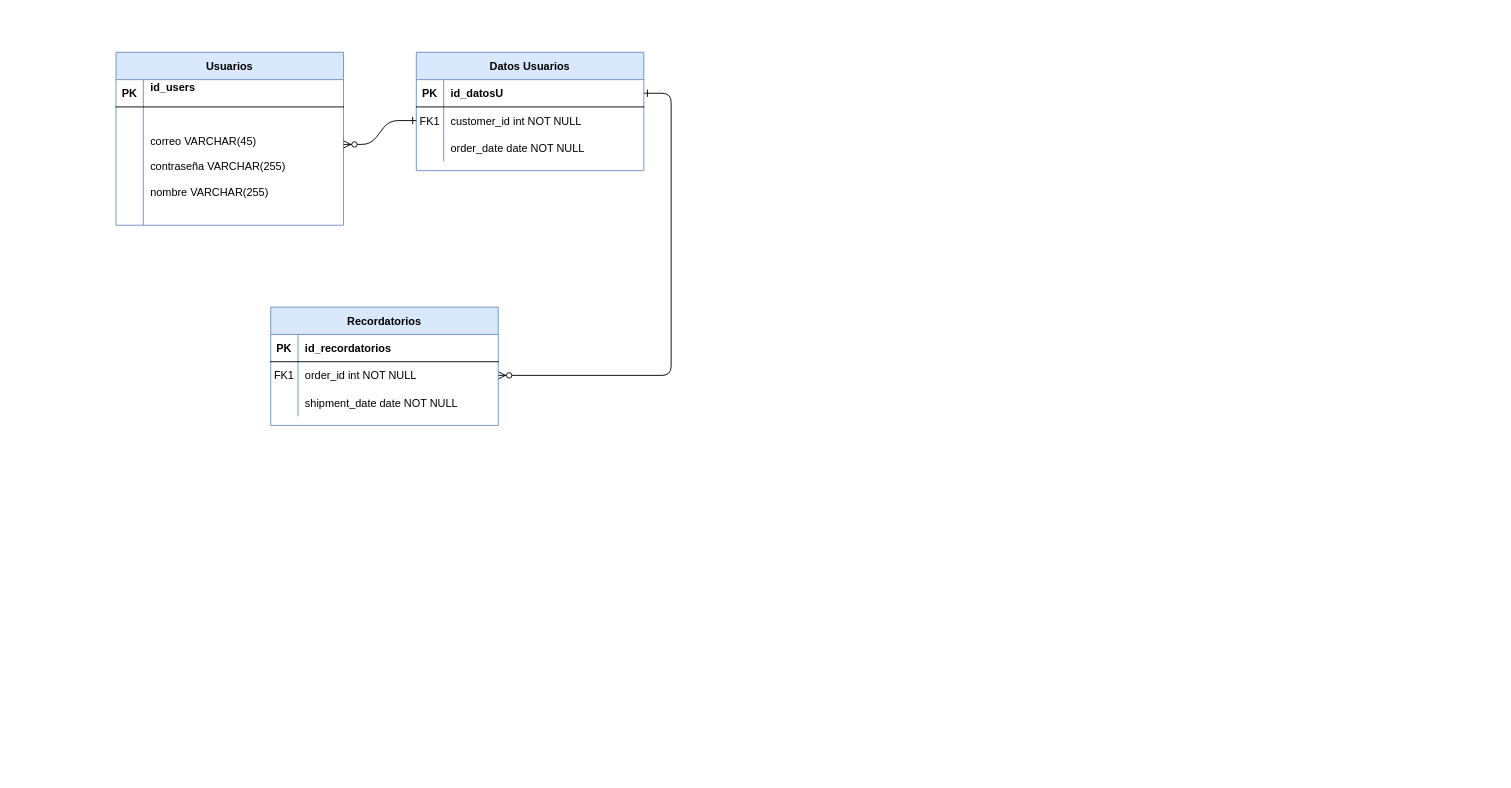
Earlier version of the draw.io diagram DiagramaGlucoBalance.drawio (AGEJH/Portafolio-Ingeniero). Source tidied: cells renumbered, new cells numbered last; positions are measured from the earlier drawing's top-left corner, leaving out a move shared by most shapes. Both pictures are drawn from the tidied source at 91%, with x=0, y=0 at pixel (116, 52).
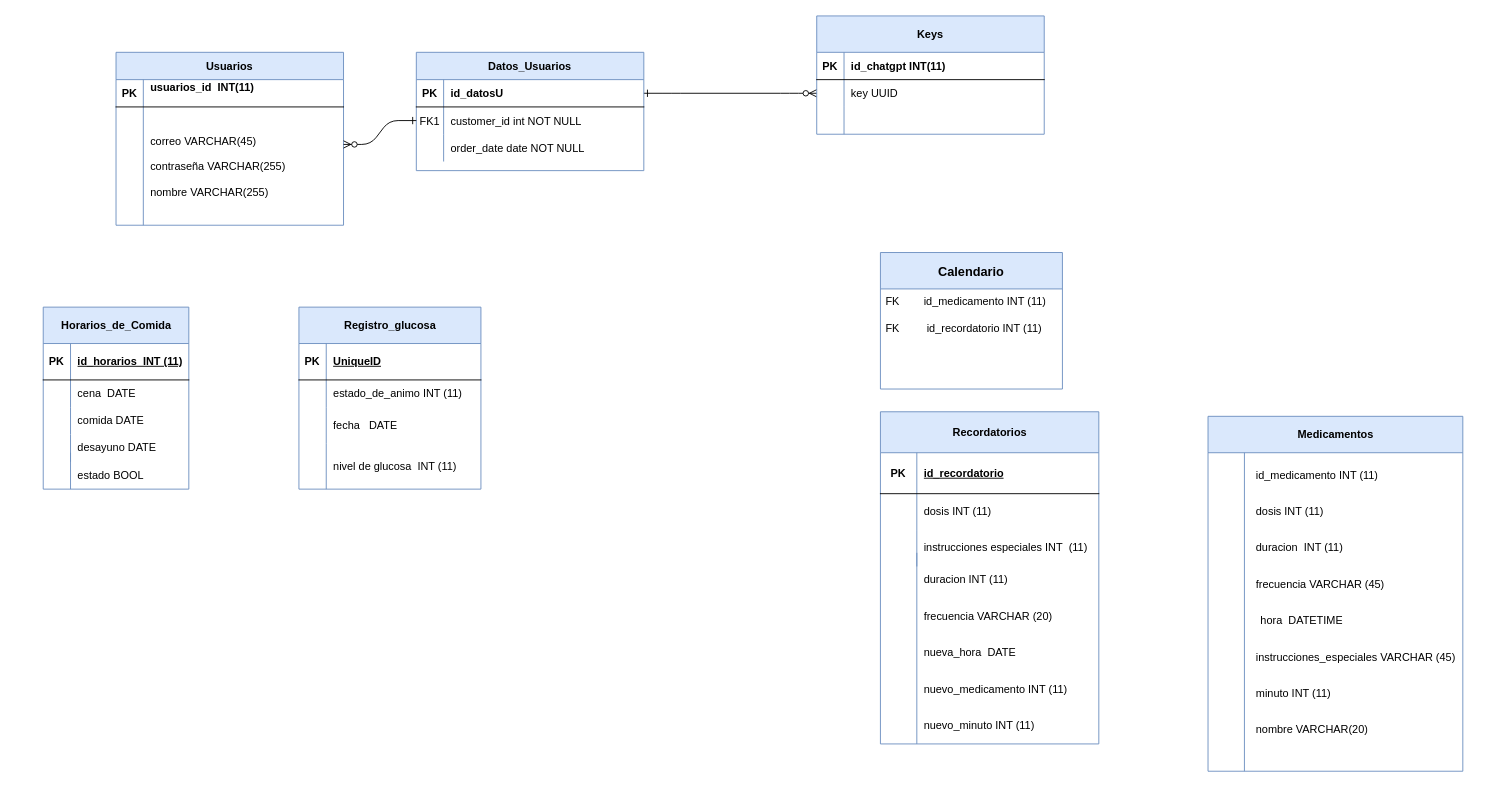
Above is the later version.

Unchanged cells that the change refers to:
```xml
<mxCell id="24" style="shape=partialRectangle;fillColor=none;top=0;left=0;right=0;bottom=1;" parent="23" vertex="1">
  <mxGeometry y="30" width="250" height="30" as="geometry" />
</mxCell>
```

Change to the diagram source:
```diff
@@
-    <mxCell id="3" value="Datos Usuarios" style="shape=table;startSize=30;childLayout=tableLayout;rowLines=0;fontStyle=1;align=center;fillColor=#dae8fc;strokeColor=#6c8ebf;" parent="1" vertex="1">
+    <mxCell id="3" value="Datos_Usuarios" style="shape=table;startSize=30;childLayout=tableLayout;rowLines=0;fontStyle=1;align=center;fillColor=#dae8fc;strokeColor=#6c8ebf;" parent="1" vertex="1">
       <mxGeometry x="330" width="250" height="130" as="geometry" />
     </mxCell>
@@
-    <mxCell id="13" value="Recordatorios" style="shape=table;startSize=30;childLayout=tableLayout;rowLines=0;fontStyle=1;align=center;fillColor=#dae8fc;strokeColor=#6c8ebf;" parent="1" vertex="1">
-      <mxGeometry x="170" y="280" width="250" height="130" as="geometry" />
+    <mxCell id="13" value="Keys" style="shape=table;startSize=40;childLayout=tableLayout;rowLines=0;fontStyle=1;align=center;fillColor=#dae8fc;strokeColor=#6c8ebf;" parent="1" vertex="1">
+      <mxGeometry x="770" y="-40" width="250" height="130" as="geometry" />
     </mxCell>
     <mxCell id="14" style="shape=partialRectangle;fillColor=none;top=0;left=0;right=0;bottom=1;" parent="13" vertex="1">
-      <mxGeometry y="30" width="250" height="30" as="geometry" />
+      <mxGeometry y="40" width="250" height="30" as="geometry" />
     </mxCell>
@@
-    <mxCell id="16" value="id_recordatorios" style="shape=partialRectangle;overflow=hidden;fillColor=none;top=0;left=0;bottom=0;right=0;align=left;spacingLeft=6;fontStyle=1;" parent="14" vertex="1">
+    <mxCell id="16" value="id_chatgpt INT(11)" style="shape=partialRectangle;overflow=hidden;fillColor=none;top=0;left=0;bottom=0;right=0;align=left;spacingLeft=6;fontStyle=1;" parent="14" vertex="1">
       <mxGeometry x="30" width="220" height="30" as="geometry" />
     </mxCell>
     <mxCell id="17" style="shape=partialRectangle;fillColor=none;points=[[0,0.5],[1,0.5]];portConstraint=eastwest;top=0;left=0;right=0;bottom=0;" parent="13" vertex="1">
-      <mxGeometry y="60" width="250" height="30" as="geometry" />
+      <mxGeometry y="70" width="250" height="30" as="geometry" />
     </mxCell>
-    <mxCell id="18" value="FK1" style="shape=partialRectangle;overflow=hidden;fillColor=none;top=0;left=0;bottom=0;right=0;" parent="17" vertex="1">
+    <mxCell id="18" style="shape=partialRectangle;overflow=hidden;fillColor=none;top=0;left=0;bottom=0;right=0;" parent="17" vertex="1">
       <mxGeometry width="30" height="30" as="geometry" />
     </mxCell>
-    <mxCell id="19" value="order_id int NOT NULL" style="shape=partialRectangle;overflow=hidden;fillColor=none;top=0;left=0;bottom=0;right=0;align=left;spacingLeft=6;" parent="17" vertex="1">
+    <mxCell id="19" value="key UUID" style="shape=partialRectangle;overflow=hidden;fillColor=none;top=0;left=0;bottom=0;right=0;align=left;spacingLeft=6;" parent="17" vertex="1">
       <mxGeometry x="30" width="220" height="30" as="geometry" />
     </mxCell>
     <mxCell id="20" style="shape=partialRectangle;fillColor=none;top=0;left=0;right=0;bottom=0;" parent="13" vertex="1">
-      <mxGeometry y="90" width="250" height="30" as="geometry" />
+      <mxGeometry y="100" width="250" height="30" as="geometry" />
     </mxCell>
@@
-    <mxCell id="22" value="shipment_date date NOT NULL" style="shape=partialRectangle;overflow=hidden;fillColor=none;top=0;left=0;bottom=0;right=0;align=left;spacingLeft=6;" parent="20" vertex="1">
+    <mxCell id="22" style="shape=partialRectangle;overflow=hidden;fillColor=none;top=0;left=0;bottom=0;right=0;align=left;spacingLeft=6;" parent="20" vertex="1">
       <mxGeometry x="30" width="220" height="30" as="geometry" />
     </mxCell>
@@
-    <mxCell id="26" value="id_users&#10;" style="shape=partialRectangle;overflow=hidden;fillColor=none;top=0;left=0;bottom=0;right=0;align=left;spacingLeft=6;fontStyle=1;" parent="24" vertex="1">
+    <mxCell id="26" value="usuarios_id  INT(11)&#10;" style="shape=partialRectangle;overflow=hidden;fillColor=none;top=0;left=0;bottom=0;right=0;align=left;spacingLeft=6;fontStyle=1;" parent="24" vertex="1">
       <mxGeometry x="30" width="220" height="30" as="geometry" />
     </mxCell>
@@
+    <mxCell id="31" value="Medicamentos" style="shape=table;startSize=40;childLayout=tableLayout;rowLines=0;fontStyle=1;align=center;html=1;fillColor=#dae8fc;strokeColor=#6c8ebf;" parent="1" vertex="1">
+      <mxGeometry x="1200" y="400" width="280" height="390" as="geometry" />
+    </mxCell>
+    <mxCell id="32" style="shape=tableRow;horizontal=0;startSize=0;swimlaneHead=0;swimlaneBody=0;fillColor=none;top=0;left=0;right=0;bottom=0;" parent="31" vertex="1">
+      <mxGeometry y="40" width="280" height="30" as="geometry" />
+    </mxCell>
+    <mxCell id="33" style="shape=partialRectangle;fillColor=none;top=0;left=0;bottom=0;right=0;overflow=hidden;whiteSpace=wrap;html=1;" parent="32" vertex="1">
+      <mxGeometry width="40" height="30" as="geometry" />
+    </mxCell>
+    <mxCell id="34" style="shape=partialRectangle;fillColor=none;top=0;left=0;bottom=0;right=0;align=left;spacingLeft=6;overflow=hidden;whiteSpace=wrap;html=1;" parent="32" vertex="1">
+      <mxGeometry x="40" width="240" height="30" as="geometry" />
+    </mxCell>
+    <mxCell id="35" style="endArrow=none;html=1;rounded=0;fillColor=#dae8fc;strokeColor=#6c8ebf;" parent="1" edge="1">
+      <mxGeometry relative="1" as="geometry">
+        <mxPoint x="1240" y="790" as="sourcePoint" />
+        <mxPoint x="1240" y="470" as="targetPoint" />
+      </mxGeometry>
+    </mxCell>
+    <mxCell id="36" style="shape=tableRow;horizontal=0;startSize=0;swimlaneHead=0;swimlaneBody=0;fillColor=none;top=0;left=0;right=0;bottom=0;" parent="1" vertex="1">
+      <mxGeometry x="-110" y="270" width="210" height="30" as="geometry" />
+    </mxCell>
+    <mxCell id="37" style="shape=partialRectangle;fillColor=none;top=0;left=0;bottom=0;right=0;overflow=hidden;whiteSpace=wrap;html=1;" parent="36" vertex="1">
+      <mxGeometry width="30" height="30" as="geometry" />
+    </mxCell>
+    <mxCell id="38" value="dosis INT (11)" style="shape=partialRectangle;fillColor=none;top=0;left=0;bottom=0;right=0;align=left;spacingLeft=6;overflow=hidden;whiteSpace=wrap;html=1;" parent="1" vertex="1">
+      <mxGeometry x="1245" y="490" width="170" height="30" as="geometry" />
+    </mxCell>
+    <mxCell id="39" value="duracion&amp;nbsp; INT (11)" style="shape=partialRectangle;fillColor=none;top=0;left=0;bottom=0;right=0;align=left;spacingLeft=6;overflow=hidden;whiteSpace=wrap;html=1;" parent="1" vertex="1">
+      <mxGeometry x="1245" y="530" width="170" height="30" as="geometry" />
+    </mxCell>
+    <mxCell id="40" value="frecuencia VARCHAR (45)" style="shape=partialRectangle;fillColor=none;top=0;left=0;bottom=0;right=0;align=left;spacingLeft=6;overflow=hidden;whiteSpace=wrap;html=1;" parent="1" vertex="1">
+      <mxGeometry x="1245" y="570" width="170" height="30" as="geometry" />
+    </mxCell>
+    <mxCell id="41" value="hora&amp;nbsp; DATETIME" style="shape=partialRectangle;fillColor=none;top=0;left=0;bottom=0;right=0;align=left;spacingLeft=6;overflow=hidden;whiteSpace=wrap;html=1;" parent="1" vertex="1">
+      <mxGeometry x="1250" y="610" width="170" height="30" as="geometry" />
+    </mxCell>
+    <mxCell id="42" value="instrucciones_especiales VARCHAR (45)" style="shape=partialRectangle;fillColor=none;top=0;left=0;bottom=0;right=0;align=left;spacingLeft=6;overflow=hidden;whiteSpace=wrap;html=1;" parent="1" vertex="1">
+      <mxGeometry x="1245" y="650" width="270" height="30" as="geometry" />
+    </mxCell>
+    <mxCell id="43" value="id_medicamento INT (11)" style="shape=partialRectangle;fillColor=none;top=0;left=0;bottom=0;right=0;align=left;spacingLeft=6;overflow=hidden;whiteSpace=wrap;html=1;" parent="1" vertex="1">
+      <mxGeometry x="1245" y="450" width="180" height="30" as="geometry" />
+    </mxCell>
+    <mxCell id="44" value="minuto INT (11)" style="shape=partialRectangle;fillColor=none;top=0;left=0;bottom=0;right=0;align=left;spacingLeft=6;overflow=hidden;whiteSpace=wrap;html=1;" parent="1" vertex="1">
+      <mxGeometry x="1245" y="690" width="170" height="30" as="geometry" />
+    </mxCell>
+    <mxCell id="45" value="nombre VARCHAR(20)" style="shape=partialRectangle;fillColor=none;top=0;left=0;bottom=0;right=0;align=left;spacingLeft=6;overflow=hidden;whiteSpace=wrap;html=1;" parent="1" vertex="1">
+      <mxGeometry x="1245" y="730" width="170" height="30" as="geometry" />
+    </mxCell>
+    <mxCell id="46" value="Calendario" style="swimlane;fontStyle=1;horizontal=1;startSize=40;align=center;fontSize=14;fillColor=#dae8fc;strokeColor=#6c8ebf;" parent="1" vertex="1">
+      <mxGeometry x="840" y="220" width="200" height="150" as="geometry" />
+    </mxCell>
+    <mxCell id="47" value="FK&amp;nbsp; &amp;nbsp; &amp;nbsp; &amp;nbsp; id_medicamento INT (11)" style="text;strokeColor=none;fillColor=none;spacingLeft=4;spacingRight=4;overflow=hidden;fontSize=12;whiteSpace=wrap;html=1;" parent="46" vertex="1">
+      <mxGeometry y="40" width="200" height="30" as="geometry" />
+    </mxCell>
+    <mxCell id="48" value="FK&amp;nbsp; &amp;nbsp; &amp;nbsp; &amp;nbsp; &amp;nbsp;id_recordatorio INT (11)" style="text;strokeColor=none;fillColor=none;spacingLeft=4;spacingRight=4;overflow=hidden;fontSize=12;whiteSpace=wrap;html=1;" parent="46" vertex="1">
+      <mxGeometry y="70" width="200" height="80" as="geometry" />
+    </mxCell>
+    <mxCell id="49" value="Recordatorios" style="shape=table;startSize=45;childLayout=tableLayout;rowLines=0;fontStyle=1;align=center;html=1;fillColor=#dae8fc;strokeColor=#6c8ebf;" parent="1" vertex="1">
+      <mxGeometry x="840" y="395" width="240" height="365" as="geometry" />
+    </mxCell>
+    <mxCell id="50" style="shape=tableRow;horizontal=0;startSize=0;swimlaneHead=0;swimlaneBody=0;fillColor=none;top=0;left=0;right=0;bottom=1;" parent="49" vertex="1">
+      <mxGeometry y="45" width="240" height="45" as="geometry" />
+    </mxCell>
+    <mxCell id="51" value="PK" style="shape=partialRectangle;fillColor=none;top=0;left=0;bottom=0;right=0;fontStyle=1;overflow=hidden;whiteSpace=wrap;html=1;" parent="50" vertex="1">
+      <mxGeometry width="40" height="45" as="geometry" />
+    </mxCell>
+    <mxCell id="52" value="id_recordatorio" style="shape=partialRectangle;fillColor=none;top=0;left=0;bottom=0;right=0;align=left;spacingLeft=6;fontStyle=5;overflow=hidden;whiteSpace=wrap;html=1;" parent="50" vertex="1">
+      <mxGeometry x="40" width="200" height="45" as="geometry" />
+    </mxCell>
+    <mxCell id="53" style="shape=tableRow;horizontal=0;startSize=0;swimlaneHead=0;swimlaneBody=0;fillColor=none;top=0;left=0;right=0;bottom=0;" parent="49" vertex="1">
+      <mxGeometry y="90" width="240" height="40" as="geometry" />
+    </mxCell>
+    <mxCell id="54" style="shape=partialRectangle;fillColor=none;top=0;left=0;bottom=0;right=0;overflow=hidden;whiteSpace=wrap;html=1;" parent="53" vertex="1">
+      <mxGeometry width="40" height="40" as="geometry" />
+    </mxCell>
+    <mxCell id="55" value="dosis INT (11)" style="shape=partialRectangle;fillColor=none;top=0;left=0;bottom=0;right=0;align=left;spacingLeft=6;overflow=hidden;whiteSpace=wrap;html=1;" parent="53" vertex="1">
+      <mxGeometry x="40" width="200" height="40" as="geometry" />
+    </mxCell>
+    <mxCell id="56" style="shape=tableRow;horizontal=0;startSize=0;swimlaneHead=0;swimlaneBody=0;fillColor=none;top=0;left=0;right=0;bottom=0;" parent="49" vertex="1">
+      <mxGeometry y="130" width="240" height="40" as="geometry" />
+    </mxCell>
+    <mxCell id="57" style="shape=partialRectangle;fillColor=none;top=0;left=0;bottom=0;right=0;overflow=hidden;whiteSpace=wrap;html=1;" parent="56" vertex="1">
+      <mxGeometry width="40" height="40" as="geometry" />
+    </mxCell>
+    <mxCell id="58" value="instrucciones especiales INT&amp;nbsp; (11)" style="shape=partialRectangle;fillColor=none;top=0;left=0;bottom=0;right=0;align=left;spacingLeft=6;overflow=hidden;whiteSpace=wrap;html=1;" parent="56" vertex="1">
+      <mxGeometry x="40" width="200" height="40" as="geometry" />
+    </mxCell>
+    <mxCell id="59" style="endArrow=none;html=1;rounded=0;fillColor=#dae8fc;strokeColor=#6c8ebf;" parent="1" edge="1">
+      <mxGeometry relative="1" as="geometry">
+        <mxPoint x="880" y="760" as="sourcePoint" />
+        <mxPoint x="880" y="550" as="targetPoint" />
+      </mxGeometry>
+    </mxCell>
+    <mxCell id="60" value="duracion INT (11)" style="shape=partialRectangle;fillColor=none;top=0;left=0;bottom=0;right=0;align=left;spacingLeft=6;overflow=hidden;whiteSpace=wrap;html=1;" parent="1" vertex="1">
+      <mxGeometry x="880" y="560" width="200" height="40" as="geometry" />
+    </mxCell>
+    <mxCell id="61" value="frecuencia VARCHAR (20)" style="shape=partialRectangle;fillColor=none;top=0;left=0;bottom=0;right=0;align=left;spacingLeft=6;overflow=hidden;whiteSpace=wrap;html=1;" parent="1" vertex="1">
+      <mxGeometry x="880" y="600" width="200" height="40" as="geometry" />
+    </mxCell>
+    <mxCell id="62" value="nueva_hora&amp;nbsp; DATE" style="shape=partialRectangle;fillColor=none;top=0;left=0;bottom=0;right=0;align=left;spacingLeft=6;overflow=hidden;whiteSpace=wrap;html=1;" parent="1" vertex="1">
+      <mxGeometry x="880" y="640" width="200" height="40" as="geometry" />
+    </mxCell>
+    <mxCell id="63" value="nuevo_medicamento INT (11)" style="shape=partialRectangle;fillColor=none;top=0;left=0;bottom=0;right=0;align=left;spacingLeft=6;overflow=hidden;whiteSpace=wrap;html=1;" parent="1" vertex="1">
+      <mxGeometry x="880" y="680" width="200" height="40" as="geometry" />
+    </mxCell>
+    <mxCell id="64" value="nuevo_minuto INT (11)" style="shape=partialRectangle;fillColor=none;top=0;left=0;bottom=0;right=0;align=left;spacingLeft=6;overflow=hidden;whiteSpace=wrap;html=1;" parent="1" vertex="1">
+      <mxGeometry x="880" y="720" width="200" height="40" as="geometry" />
+    </mxCell>
+    <mxCell id="65" value="Horarios_de_Comida" style="shape=table;startSize=40;childLayout=tableLayout;rowLines=0;fontStyle=1;align=center;html=1;fillColor=#dae8fc;strokeColor=#6c8ebf;" parent="1" vertex="1">
+      <mxGeometry x="-80" y="280" width="160" height="200" as="geometry" />
+    </mxCell>
+    <mxCell id="66" style="shape=tableRow;horizontal=0;startSize=0;swimlaneHead=0;swimlaneBody=0;fillColor=none;top=0;left=0;right=0;bottom=1;" parent="65" vertex="1">
+      <mxGeometry y="40" width="160" height="40" as="geometry" />
+    </mxCell>
+    <mxCell id="67" value="PK" style="shape=partialRectangle;fillColor=none;top=0;left=0;bottom=0;right=0;fontStyle=1;overflow=hidden;whiteSpace=wrap;html=1;" parent="66" vertex="1">
+      <mxGeometry width="30" height="40" as="geometry" />
+    </mxCell>
+    <mxCell id="68" value="id_horarios&amp;nbsp; INT (11)" style="shape=partialRectangle;fillColor=none;top=0;left=0;bottom=0;right=0;align=left;spacingLeft=6;fontStyle=5;overflow=hidden;whiteSpace=wrap;html=1;" parent="66" vertex="1">
+      <mxGeometry x="30" width="130" height="40" as="geometry" />
+    </mxCell>
+    <mxCell id="69" style="shape=tableRow;horizontal=0;startSize=0;swimlaneHead=0;swimlaneBody=0;fillColor=none;top=0;left=0;right=0;bottom=0;" parent="65" vertex="1">
+      <mxGeometry y="80" width="160" height="30" as="geometry" />
+    </mxCell>
+    <mxCell id="70" style="shape=partialRectangle;fillColor=none;top=0;left=0;bottom=0;right=0;overflow=hidden;whiteSpace=wrap;html=1;" parent="69" vertex="1">
+      <mxGeometry width="30" height="30" as="geometry" />
+    </mxCell>
+    <mxCell id="71" value="cena&amp;nbsp; DATE" style="shape=partialRectangle;fillColor=none;top=0;left=0;bottom=0;right=0;align=left;spacingLeft=6;overflow=hidden;whiteSpace=wrap;html=1;" parent="69" vertex="1">
+      <mxGeometry x="30" width="130" height="30" as="geometry" />
+    </mxCell>
+    <mxCell id="72" style="shape=tableRow;horizontal=0;startSize=0;swimlaneHead=0;swimlaneBody=0;fillColor=none;top=0;left=0;right=0;bottom=0;" parent="65" vertex="1">
+      <mxGeometry y="110" width="160" height="30" as="geometry" />
+    </mxCell>
+    <mxCell id="73" style="shape=partialRectangle;fillColor=none;top=0;left=0;bottom=0;right=0;overflow=hidden;whiteSpace=wrap;html=1;" parent="72" vertex="1">
+      <mxGeometry width="30" height="30" as="geometry" />
+    </mxCell>
+    <mxCell id="74" value="comida DATE" style="shape=partialRectangle;fillColor=none;top=0;left=0;bottom=0;right=0;align=left;spacingLeft=6;overflow=hidden;whiteSpace=wrap;html=1;" parent="72" vertex="1">
+      <mxGeometry x="30" width="130" height="30" as="geometry" />
+    </mxCell>
+    <mxCell id="75" style="shape=tableRow;horizontal=0;startSize=0;swimlaneHead=0;swimlaneBody=0;fillColor=none;top=0;left=0;right=0;bottom=0;" parent="65" vertex="1">
+      <mxGeometry y="140" width="160" height="30" as="geometry" />
+    </mxCell>
+    <mxCell id="76" style="shape=partialRectangle;fillColor=none;top=0;left=0;bottom=0;right=0;overflow=hidden;whiteSpace=wrap;html=1;" parent="75" vertex="1">
+      <mxGeometry width="30" height="30" as="geometry" />
+    </mxCell>
+    <mxCell id="77" value="desayuno DATE" style="shape=partialRectangle;fillColor=none;top=0;left=0;bottom=0;right=0;align=left;spacingLeft=6;overflow=hidden;whiteSpace=wrap;html=1;" parent="75" vertex="1">
+      <mxGeometry x="30" width="130" height="30" as="geometry" />
+    </mxCell>
+    <mxCell id="78" style="endArrow=none;html=1;rounded=0;fillColor=#dae8fc;strokeColor=#6c8ebf;" parent="1" edge="1">
+      <mxGeometry relative="1" as="geometry">
+        <mxPoint x="-50" y="480" as="sourcePoint" />
+        <mxPoint x="-50" y="440" as="targetPoint" />
+      </mxGeometry>
+    </mxCell>
+    <mxCell id="79" value="estado BOOL" style="shape=partialRectangle;fillColor=none;top=0;left=0;bottom=0;right=0;align=left;spacingLeft=6;overflow=hidden;whiteSpace=wrap;html=1;" parent="1" vertex="1">
+      <mxGeometry x="-50" y="450" width="130" height="30" as="geometry" />
+    </mxCell>
+    <mxCell id="80" value="Registro_glucosa" style="shape=table;startSize=40;childLayout=tableLayout;rowLines=0;fontStyle=1;align=center;html=1;fillColor=#dae8fc;strokeColor=#6c8ebf;" parent="1" vertex="1">
+      <mxGeometry x="201" y="280" width="200" height="200" as="geometry" />
+    </mxCell>
+    <mxCell id="81" style="shape=tableRow;horizontal=0;startSize=0;swimlaneHead=0;swimlaneBody=0;fillColor=none;top=0;left=0;right=0;bottom=1;" parent="80" vertex="1">
+      <mxGeometry y="40" width="200" height="40" as="geometry" />
+    </mxCell>
+    <mxCell id="82" value="PK" style="shape=partialRectangle;fillColor=none;top=0;left=0;bottom=0;right=0;fontStyle=1;overflow=hidden;whiteSpace=wrap;html=1;" parent="81" vertex="1">
+      <mxGeometry width="30" height="40" as="geometry" />
+    </mxCell>
+    <mxCell id="83" value="UniqueID" style="shape=partialRectangle;fillColor=none;top=0;left=0;bottom=0;right=0;align=left;spacingLeft=6;fontStyle=5;overflow=hidden;whiteSpace=wrap;html=1;" parent="81" vertex="1">
+      <mxGeometry x="30" width="170" height="40" as="geometry" />
+    </mxCell>
+    <mxCell id="84" style="shape=tableRow;horizontal=0;startSize=0;swimlaneHead=0;swimlaneBody=0;fillColor=none;top=0;left=0;right=0;bottom=0;" parent="80" vertex="1">
+      <mxGeometry y="80" width="200" height="30" as="geometry" />
+    </mxCell>
+    <mxCell id="85" style="shape=partialRectangle;fillColor=none;top=0;left=0;bottom=0;right=0;overflow=hidden;whiteSpace=wrap;html=1;" parent="84" vertex="1">
+      <mxGeometry width="30" height="30" as="geometry" />
+    </mxCell>
+    <mxCell id="86" value="estado_de_animo INT (11)" style="shape=partialRectangle;fillColor=none;top=0;left=0;bottom=0;right=0;align=left;spacingLeft=6;overflow=hidden;whiteSpace=wrap;html=1;" parent="84" vertex="1">
+      <mxGeometry x="30" width="170" height="30" as="geometry" />
+    </mxCell>
+    <mxCell id="87" style="shape=tableRow;horizontal=0;startSize=0;swimlaneHead=0;swimlaneBody=0;fillColor=none;top=0;left=0;right=0;bottom=0;" parent="80" vertex="1">
+      <mxGeometry y="110" width="200" height="40" as="geometry" />
+    </mxCell>
+    <mxCell id="88" style="shape=partialRectangle;fillColor=none;top=0;left=0;bottom=0;right=0;overflow=hidden;whiteSpace=wrap;html=1;" parent="87" vertex="1">
+      <mxGeometry width="30" height="40" as="geometry" />
+    </mxCell>
+    <mxCell id="89" value="fecha&amp;nbsp; &amp;nbsp;DATE" style="shape=partialRectangle;fillColor=none;top=0;left=0;bottom=0;right=0;align=left;spacingLeft=6;overflow=hidden;whiteSpace=wrap;html=1;" parent="87" vertex="1">
+      <mxGeometry x="30" width="170" height="40" as="geometry" />
+    </mxCell>
+    <mxCell id="90" style="shape=tableRow;horizontal=0;startSize=0;swimlaneHead=0;swimlaneBody=0;fillColor=none;top=0;left=0;right=0;bottom=0;" parent="80" vertex="1">
+      <mxGeometry y="150" width="200" height="50" as="geometry" />
+    </mxCell>
+    <mxCell id="91" style="shape=partialRectangle;fillColor=none;top=0;left=0;bottom=0;right=0;overflow=hidden;whiteSpace=wrap;html=1;" parent="90" vertex="1">
+      <mxGeometry width="30" height="50" as="geometry" />
+    </mxCell>
+    <mxCell id="92" value="nivel de glucosa&amp;nbsp; INT (11)" style="shape=partialRectangle;fillColor=none;top=0;left=0;bottom=0;right=0;align=left;spacingLeft=6;overflow=hidden;whiteSpace=wrap;html=1;" parent="90" vertex="1">
+      <mxGeometry x="30" width="170" height="50" as="geometry" />
+    </mxCell>
```
